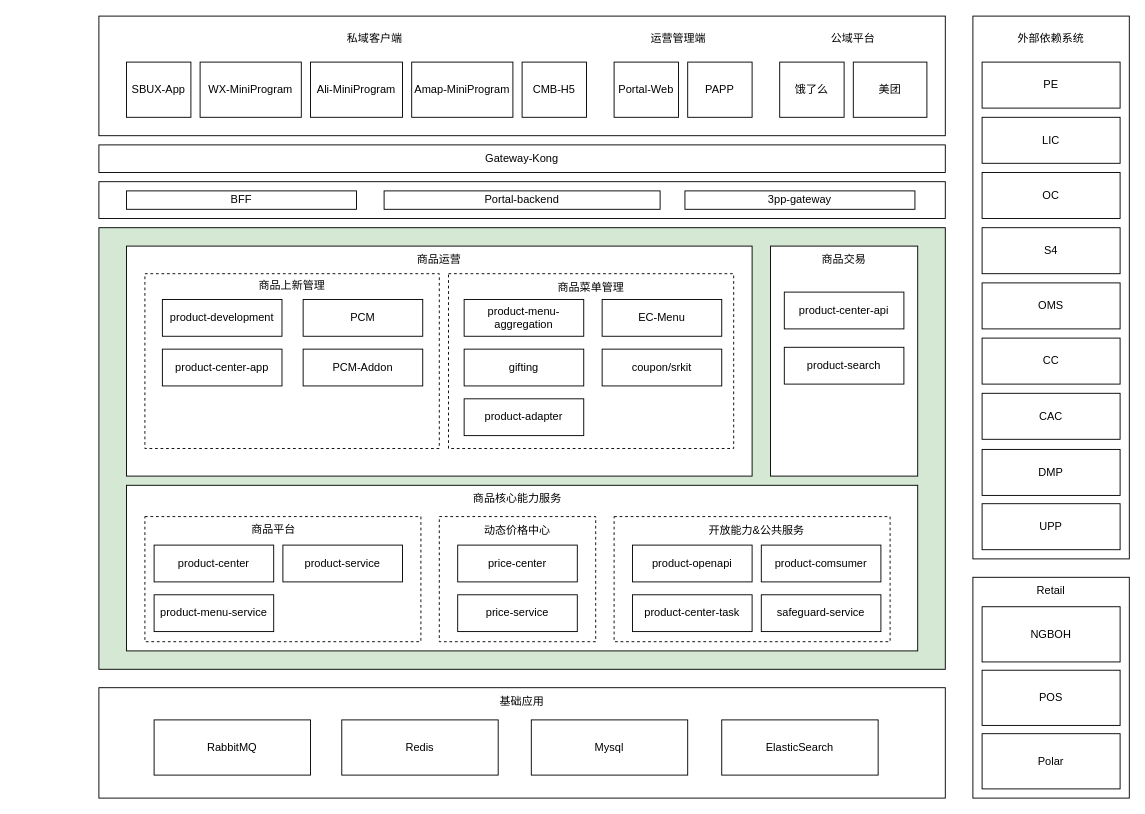
alexzhang2015/PC2.0 keeps this draw.io diagram as PC2.0技术架构.drawio. Above is the earlier version. Source tidied: cells renumbered, new cells numbered last; positions are measured from the earlier drawing's top-left corner, leaving out a move shared by most shapes. Both pictures are drawn from the tidied source at 92%, with x=0, y=0 at pixel (98, 16).
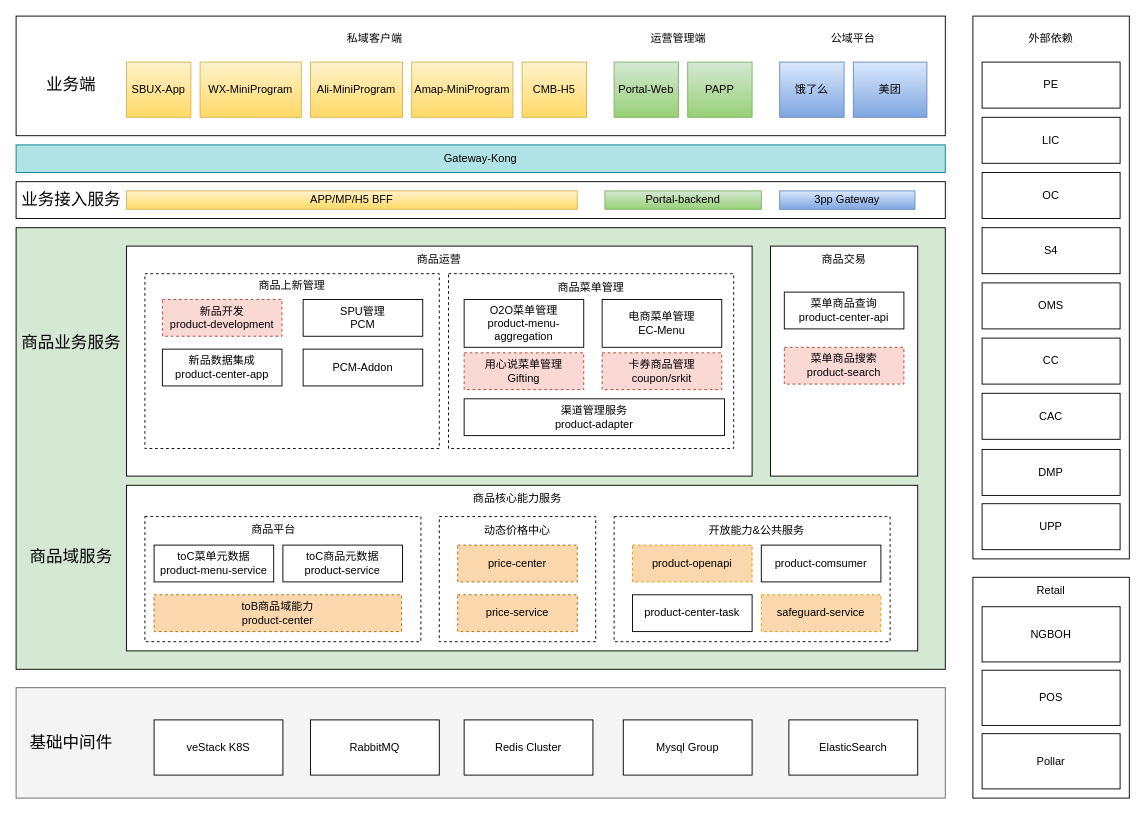
The same page after the edit.

Commit message:
更新PC2.0技术架构.drawio

The edit, as a diff of the source:
```diff
@@
     <mxCell id="2" style="rounded=0;whiteSpace=wrap;html=1;fillColor=#D5E8D4;" parent="1" vertex="1">
-      <mxGeometry y="230" width="920" height="480" as="geometry" />
+      <mxGeometry x="-90" y="230" width="1010" height="480" as="geometry" />
     </mxCell>
@@
-    <mxCell id="6" style="rounded=0;whiteSpace=wrap;html=1;" parent="1" vertex="1">
-      <mxGeometry y="730" width="920" height="120" as="geometry" />
+    <mxCell id="6" style="rounded=0;whiteSpace=wrap;html=1;fillColor=#f5f5f5;strokeColor=#666666;fontColor=#333333;" parent="1" vertex="1">
+      <mxGeometry x="-90" y="730" width="1010" height="120" as="geometry" />
     </mxCell>
-    <mxCell id="7" value="RabbitMQ" style="rounded=0;whiteSpace=wrap;html=1;" parent="1" vertex="1">
-      <mxGeometry x="60" y="765" width="170" height="60" as="geometry" />
+    <mxCell id="7" value="veStack K8S" style="rounded=0;whiteSpace=wrap;html=1;" parent="1" vertex="1">
+      <mxGeometry x="60" y="765" width="140" height="60" as="geometry" />
     </mxCell>
-    <mxCell id="8" value="Redis" style="rounded=0;whiteSpace=wrap;html=1;" parent="1" vertex="1">
-      <mxGeometry x="264" y="765" width="170" height="60" as="geometry" />
-    </mxCell>
-    <mxCell id="9" value="Mysql" style="rounded=0;whiteSpace=wrap;html=1;" parent="1" vertex="1">
-      <mxGeometry x="470" y="765" width="170" height="60" as="geometry" />
-    </mxCell>
-    <mxCell id="10" value="ElasticSearch" style="rounded=0;whiteSpace=wrap;html=1;" parent="1" vertex="1">
-      <mxGeometry x="677" y="765" width="170" height="60" as="geometry" />
-    </mxCell>
@@
-    <mxCell id="14" value="基础应用" style="text;html=1;align=center;verticalAlign=middle;whiteSpace=wrap;rounded=0;" parent="1" vertex="1">
-      <mxGeometry x="410" y="730" width="100" height="30" as="geometry" />
+    <mxCell id="14" value="&lt;font style=&quot;font-size: 18px;&quot;&gt;基础中间件&lt;/font&gt;" style="text;html=1;align=center;verticalAlign=middle;whiteSpace=wrap;rounded=0;" parent="1" vertex="1">
+      <mxGeometry x="-80" y="775" width="100" height="30" as="geometry" />
     </mxCell>
     <mxCell id="15" style="rounded=0;whiteSpace=wrap;html=1;" parent="1" vertex="1">
-      <mxGeometry width="920" height="130" as="geometry" />
+      <mxGeometry x="-90" width="1010" height="130" as="geometry" />
     </mxCell>
-    <mxCell id="16" value="SBUX-App" style="rounded=0;whiteSpace=wrap;html=1;" parent="1" vertex="1">
+    <mxCell id="16" value="SBUX-App" style="rounded=0;whiteSpace=wrap;html=1;fillColor=#fff2cc;gradientColor=#ffd966;strokeColor=#d6b656;" parent="1" vertex="1">
       <mxGeometry x="30" y="50" width="70" height="60" as="geometry" />
     </mxCell>
-    <mxCell id="17" value="WX-MiniProgram" style="rounded=0;whiteSpace=wrap;html=1;" parent="1" vertex="1">
+    <mxCell id="17" value="WX-MiniProgram" style="rounded=0;whiteSpace=wrap;html=1;fillColor=#fff2cc;gradientColor=#ffd966;strokeColor=#d6b656;" parent="1" vertex="1">
       <mxGeometry x="110" y="50" width="110" height="60" as="geometry" />
     </mxCell>
-    <mxCell id="18" value="Ali-MiniProgram" style="rounded=0;whiteSpace=wrap;html=1;" parent="1" vertex="1">
+    <mxCell id="18" value="Ali-MiniProgram" style="rounded=0;whiteSpace=wrap;html=1;fillColor=#fff2cc;gradientColor=#ffd966;strokeColor=#d6b656;" parent="1" vertex="1">
       <mxGeometry x="230" y="50" width="100" height="60" as="geometry" />
     </mxCell>
-    <mxCell id="19" value="Amap-MiniProgram" style="rounded=0;whiteSpace=wrap;html=1;" parent="1" vertex="1">
+    <mxCell id="19" value="Amap-MiniProgram" style="rounded=0;whiteSpace=wrap;html=1;fillColor=#fff2cc;gradientColor=#ffd966;strokeColor=#d6b656;" parent="1" vertex="1">
       <mxGeometry x="340" y="50" width="110" height="60" as="geometry" />
     </mxCell>
-    <mxCell id="20" value="CMB-H5" style="rounded=0;whiteSpace=wrap;html=1;" parent="1" vertex="1">
+    <mxCell id="20" value="CMB-H5" style="rounded=0;whiteSpace=wrap;html=1;fillColor=#fff2cc;gradientColor=#ffd966;strokeColor=#d6b656;" parent="1" vertex="1">
       <mxGeometry x="460" y="50" width="70" height="60" as="geometry" />
     </mxCell>
-    <mxCell id="21" value="Gateway-Kong" style="rounded=0;whiteSpace=wrap;html=1;" parent="1" vertex="1">
-      <mxGeometry y="140" width="920" height="30" as="geometry" />
+    <mxCell id="21" value="Gateway-Kong" style="rounded=0;whiteSpace=wrap;html=1;fillColor=#b0e3e6;strokeColor=#0e8088;" parent="1" vertex="1">
+      <mxGeometry x="-90" y="140" width="1010" height="30" as="geometry" />
     </mxCell>
     <mxCell id="22" style="rounded=0;whiteSpace=wrap;html=1;" parent="1" vertex="1">
-      <mxGeometry y="180" width="920" height="40" as="geometry" />
+      <mxGeometry x="-90" y="180" width="1010" height="40" as="geometry" />
     </mxCell>
-    <mxCell id="23" value="BFF" style="rounded=0;whiteSpace=wrap;html=1;" parent="1" vertex="1">
-      <mxGeometry x="30" y="190" width="250" height="20" as="geometry" />
+    <mxCell id="23" value="APP/MP/H5 BFF" style="rounded=0;whiteSpace=wrap;html=1;fillColor=#fff2cc;gradientColor=#ffd966;strokeColor=#d6b656;" parent="1" vertex="1">
+      <mxGeometry x="30" y="190" width="490" height="20" as="geometry" />
     </mxCell>
-    <mxCell id="24" value="Portal-backend" style="rounded=0;whiteSpace=wrap;html=1;" parent="1" vertex="1">
-      <mxGeometry x="310" y="190" width="300" height="20" as="geometry" />
+    <mxCell id="24" value="Portal-backend" style="rounded=0;whiteSpace=wrap;html=1;fillColor=#d5e8d4;gradientColor=#97d077;strokeColor=#82b366;" parent="1" vertex="1">
+      <mxGeometry x="550" y="190" width="170" height="20" as="geometry" />
     </mxCell>
-    <mxCell id="25" value="3pp-gateway" style="rounded=0;whiteSpace=wrap;html=1;" parent="1" vertex="1">
-      <mxGeometry x="637" y="190" width="250" height="20" as="geometry" />
+    <mxCell id="25" value="3pp Gateway" style="rounded=0;whiteSpace=wrap;html=1;fillColor=#dae8fc;gradientColor=#7ea6e0;strokeColor=#6c8ebf;" parent="1" vertex="1">
+      <mxGeometry x="740" y="190" width="147" height="20" as="geometry" />
     </mxCell>
-    <mxCell id="26" value="Portal-Web" style="rounded=0;whiteSpace=wrap;html=1;" parent="1" vertex="1">
+    <mxCell id="26" value="Portal-Web" style="rounded=0;whiteSpace=wrap;html=1;fillColor=#d5e8d4;gradientColor=#97d077;strokeColor=#82b366;" parent="1" vertex="1">
       <mxGeometry x="560" y="50" width="70" height="60" as="geometry" />
     </mxCell>
-    <mxCell id="27" value="饿了么" style="rounded=0;whiteSpace=wrap;html=1;" parent="1" vertex="1">
+    <mxCell id="27" value="饿了么" style="rounded=0;whiteSpace=wrap;html=1;fillColor=#dae8fc;gradientColor=#7ea6e0;strokeColor=#6c8ebf;" parent="1" vertex="1">
       <mxGeometry x="740" y="50" width="70" height="60" as="geometry" />
     </mxCell>
-    <mxCell id="28" value="美团" style="rounded=0;whiteSpace=wrap;html=1;" parent="1" vertex="1">
+    <mxCell id="28" value="美团" style="rounded=0;whiteSpace=wrap;html=1;fillColor=#dae8fc;gradientColor=#7ea6e0;strokeColor=#6c8ebf;" parent="1" vertex="1">
       <mxGeometry x="820" y="50" width="80" height="60" as="geometry" />
     </mxCell>
@@
-    <mxCell id="32" value="Polar" style="rounded=0;whiteSpace=wrap;html=1;" parent="1" vertex="1">
+    <mxCell id="32" value="Pollar" style="rounded=0;whiteSpace=wrap;html=1;" parent="1" vertex="1">
       <mxGeometry x="960" y="780" width="150" height="60" as="geometry" />
     </mxCell>
@@
-    <mxCell id="44" value="PAPP" style="rounded=0;whiteSpace=wrap;html=1;" parent="1" vertex="1">
+    <mxCell id="44" value="PAPP" style="rounded=0;whiteSpace=wrap;html=1;fillColor=#d5e8d4;gradientColor=#97d077;strokeColor=#82b366;" parent="1" vertex="1">
       <mxGeometry x="640" y="50" width="70" height="60" as="geometry" />
     </mxCell>
-    <mxCell id="45" value="外部依赖系统" style="text;html=1;align=center;verticalAlign=middle;whiteSpace=wrap;rounded=0;" parent="1" vertex="1">
+    <mxCell id="45" value="外部依赖" style="text;html=1;align=center;verticalAlign=middle;whiteSpace=wrap;rounded=0;" parent="1" vertex="1">
       <mxGeometry x="985" y="10" width="100" height="30" as="geometry" />
     </mxCell>
@@
-    <mxCell id="49" value="product-center" style="rounded=0;whiteSpace=wrap;html=1;" parent="1" vertex="1">
-      <mxGeometry x="60" y="575" width="130" height="40" as="geometry" />
+    <mxCell id="49" value="toB商品域能力&lt;br&gt;product-center" style="rounded=0;whiteSpace=wrap;html=1;dashed=1;fillColor=#fad7ac;strokeColor=#b46504;" parent="1" vertex="1">
+      <mxGeometry x="60" y="629" width="269" height="40" as="geometry" />
     </mxCell>
-    <mxCell id="50" value="product-service" style="rounded=0;whiteSpace=wrap;html=1;" parent="1" vertex="1">
+    <mxCell id="50" value="toC商品元数据&lt;br&gt;product-service" style="rounded=0;whiteSpace=wrap;html=1;" parent="1" vertex="1">
       <mxGeometry x="200" y="575" width="130" height="40" as="geometry" />
     </mxCell>
-    <mxCell id="51" value="product-menu-service" style="rounded=0;whiteSpace=wrap;html=1;" parent="1" vertex="1">
-      <mxGeometry x="60" y="629" width="130" height="40" as="geometry" />
+    <mxCell id="51" value="toC菜单元数据&lt;br&gt;product-menu-service" style="rounded=0;whiteSpace=wrap;html=1;" parent="1" vertex="1">
+      <mxGeometry x="60" y="575" width="130" height="40" as="geometry" />
     </mxCell>
@@
-    <mxCell id="53" value="price-center" style="rounded=0;whiteSpace=wrap;html=1;" parent="1" vertex="1">
+    <mxCell id="53" value="price-center" style="rounded=0;whiteSpace=wrap;html=1;fillColor=#fad7ac;strokeColor=#b46504;dashed=1;" parent="1" vertex="1">
       <mxGeometry x="390" y="575" width="130" height="40" as="geometry" />
     </mxCell>
-    <mxCell id="54" value="price-service" style="rounded=0;whiteSpace=wrap;html=1;" parent="1" vertex="1">
+    <mxCell id="54" value="price-service" style="rounded=0;whiteSpace=wrap;html=1;fillColor=#fad7ac;strokeColor=#b46504;dashed=1;" parent="1" vertex="1">
       <mxGeometry x="390" y="629" width="130" height="40" as="geometry" />
     </mxCell>
@@
-    <mxCell id="56" value="product-openapi" style="rounded=0;whiteSpace=wrap;html=1;" parent="1" vertex="1">
+    <mxCell id="56" value="product-openapi" style="rounded=0;whiteSpace=wrap;html=1;fillColor=#fad7ac;strokeColor=#d79b00;dashed=1;" parent="1" vertex="1">
       <mxGeometry x="580" y="575" width="130" height="40" as="geometry" />
     </mxCell>
@@
-    <mxCell id="59" value="safeguard-service" style="rounded=0;whiteSpace=wrap;html=1;" parent="1" vertex="1">
+    <mxCell id="59" value="safeguard-service" style="rounded=0;whiteSpace=wrap;html=1;fillColor=#fad7ac;strokeColor=#d79b00;dashed=1;" parent="1" vertex="1">
       <mxGeometry x="720" y="629" width="130" height="40" as="geometry" />
     </mxCell>
-    <mxCell id="60" value="product-center-api" style="rounded=0;whiteSpace=wrap;html=1;" parent="1" vertex="1">
+    <mxCell id="60" value="菜单商品查询&lt;br&gt;product-center-api" style="rounded=0;whiteSpace=wrap;html=1;" parent="1" vertex="1">
       <mxGeometry x="745" y="300" width="130" height="40" as="geometry" />
     </mxCell>
-    <mxCell id="61" value="product-search" style="rounded=0;whiteSpace=wrap;html=1;" parent="1" vertex="1">
+    <mxCell id="61" value="菜单商品搜索&lt;br&gt;product-search" style="rounded=0;whiteSpace=wrap;html=1;fillColor=#fad9d5;strokeColor=#ae4132;dashed=1;" parent="1" vertex="1">
       <mxGeometry x="745" y="360" width="130" height="40" as="geometry" />
     </mxCell>
@@
-    <mxCell id="64" value="product-development" style="rounded=0;whiteSpace=wrap;html=1;" parent="1" vertex="1">
+    <mxCell id="64" value="&lt;div&gt;新品开发&lt;/div&gt;product-development" style="rounded=0;whiteSpace=wrap;html=1;fillColor=#fad9d5;strokeColor=#ae4132;dashed=1;" parent="1" vertex="1">
       <mxGeometry x="69" y="308" width="130" height="40" as="geometry" />
     </mxCell>
-    <mxCell id="65" value="product-center-app" style="rounded=0;whiteSpace=wrap;html=1;" parent="1" vertex="1">
+    <mxCell id="65" value="新品数据集成&lt;br&gt;product-center-app" style="rounded=0;whiteSpace=wrap;html=1;" parent="1" vertex="1">
       <mxGeometry x="69" y="362" width="130" height="40" as="geometry" />
     </mxCell>
-    <mxCell id="66" value="PCM" style="rounded=0;whiteSpace=wrap;html=1;" parent="1" vertex="1">
+    <mxCell id="66" value="SPU管理&lt;br&gt;PCM" style="rounded=0;whiteSpace=wrap;html=1;" parent="1" vertex="1">
       <mxGeometry x="222" y="308" width="130" height="40" as="geometry" />
     </mxCell>
@@
-    <mxCell id="68" value="product-menu-aggregation" style="rounded=0;whiteSpace=wrap;html=1;" parent="1" vertex="1">
-      <mxGeometry x="397" y="308" width="130" height="40" as="geometry" />
+    <mxCell id="68" value="O2O菜单管理&lt;br&gt;product-menu-aggregation" style="rounded=0;whiteSpace=wrap;html=1;" parent="1" vertex="1">
+      <mxGeometry x="397" y="308" width="130" height="52" as="geometry" />
     </mxCell>
-    <mxCell id="69" value="EC-Menu" style="rounded=0;whiteSpace=wrap;html=1;" parent="1" vertex="1">
-      <mxGeometry x="547" y="308" width="130" height="40" as="geometry" />
+    <mxCell id="69" value="电商菜单管理&lt;br&gt;EC-Menu" style="rounded=0;whiteSpace=wrap;html=1;" parent="1" vertex="1">
+      <mxGeometry x="547" y="308" width="130" height="52" as="geometry" />
     </mxCell>
-    <mxCell id="70" value="product-adapter" style="rounded=0;whiteSpace=wrap;html=1;" parent="1" vertex="1">
-      <mxGeometry x="397" y="416" width="130" height="40" as="geometry" />
+    <mxCell id="70" value="&lt;div class=&quot;lake-content&quot;&gt;&lt;span class=&quot;ne-text&quot;&gt;渠道管理服务&lt;/span&gt;&lt;/div&gt;product-adapter" style="rounded=0;whiteSpace=wrap;html=1;" parent="1" vertex="1">
+      <mxGeometry x="397" y="416" width="283" height="40" as="geometry" />
     </mxCell>
-    <mxCell id="71" value="coupon/srkit" style="rounded=0;whiteSpace=wrap;html=1;" parent="1" vertex="1">
-      <mxGeometry x="547" y="362" width="130" height="40" as="geometry" />
+    <mxCell id="71" value="卡券商品管理&lt;br&gt;coupon/srkit" style="rounded=0;whiteSpace=wrap;html=1;dashed=1;fillColor=#fad9d5;strokeColor=#ae4132;" parent="1" vertex="1">
+      <mxGeometry x="547" y="366" width="130" height="40" as="geometry" />
     </mxCell>
-    <mxCell id="72" value="gifting" style="rounded=0;whiteSpace=wrap;html=1;" parent="1" vertex="1">
-      <mxGeometry x="397" y="362" width="130" height="40" as="geometry" />
+    <mxCell id="72" value="用心说菜单管理&lt;br&gt;Gifting" style="rounded=0;whiteSpace=wrap;html=1;dashed=1;fillColor=#fad9d5;strokeColor=#ae4132;" parent="1" vertex="1">
+      <mxGeometry x="397" y="366" width="130" height="40" as="geometry" />
     </mxCell>
@@
+    <mxCell id="79" value="&lt;font style=&quot;font-size: 18px;&quot;&gt;商品域服务&lt;/font&gt;" style="text;html=1;align=center;verticalAlign=middle;whiteSpace=wrap;rounded=0;" parent="1" vertex="1">
+      <mxGeometry x="-80" y="573" width="100" height="30" as="geometry" />
+    </mxCell>
+    <mxCell id="80" value="&lt;font style=&quot;font-size: 18px;&quot;&gt;商品业务服务&lt;/font&gt;" style="text;html=1;align=center;verticalAlign=middle;whiteSpace=wrap;rounded=0;" parent="1" vertex="1">
+      <mxGeometry x="-85" y="340" width="110" height="30" as="geometry" />
+    </mxCell>
+    <mxCell id="81" value="&lt;font style=&quot;font-size: 18px;&quot;&gt;业务端&lt;/font&gt;" style="text;html=1;align=center;verticalAlign=middle;whiteSpace=wrap;rounded=0;" parent="1" vertex="1">
+      <mxGeometry x="-80" y="60" width="100" height="30" as="geometry" />
+    </mxCell>
+    <mxCell id="82" value="&lt;font style=&quot;font-size: 18px;&quot;&gt;业务接入服务&lt;/font&gt;" style="text;html=1;align=center;verticalAlign=middle;whiteSpace=wrap;rounded=0;" parent="1" vertex="1">
+      <mxGeometry x="-85" y="185" width="110" height="30" as="geometry" />
+    </mxCell>
+    <mxCell id="83" value="RabbitMQ" style="rounded=0;whiteSpace=wrap;html=1;" parent="1" vertex="1">
+      <mxGeometry x="230" y="765" width="140" height="60" as="geometry" />
+    </mxCell>
+    <mxCell id="84" value="Redis Cluster" style="rounded=0;whiteSpace=wrap;html=1;" parent="1" vertex="1">
+      <mxGeometry x="397" y="765" width="140" height="60" as="geometry" />
+    </mxCell>
+    <mxCell id="85" value="Mysql Group" style="rounded=0;whiteSpace=wrap;html=1;" parent="1" vertex="1">
+      <mxGeometry x="570" y="765" width="140" height="60" as="geometry" />
+    </mxCell>
+    <mxCell id="10" value="ElasticSearch" style="rounded=0;whiteSpace=wrap;html=1;" parent="1" vertex="1">
+      <mxGeometry x="750" y="765" width="140" height="60" as="geometry" />
+    </mxCell>
```
